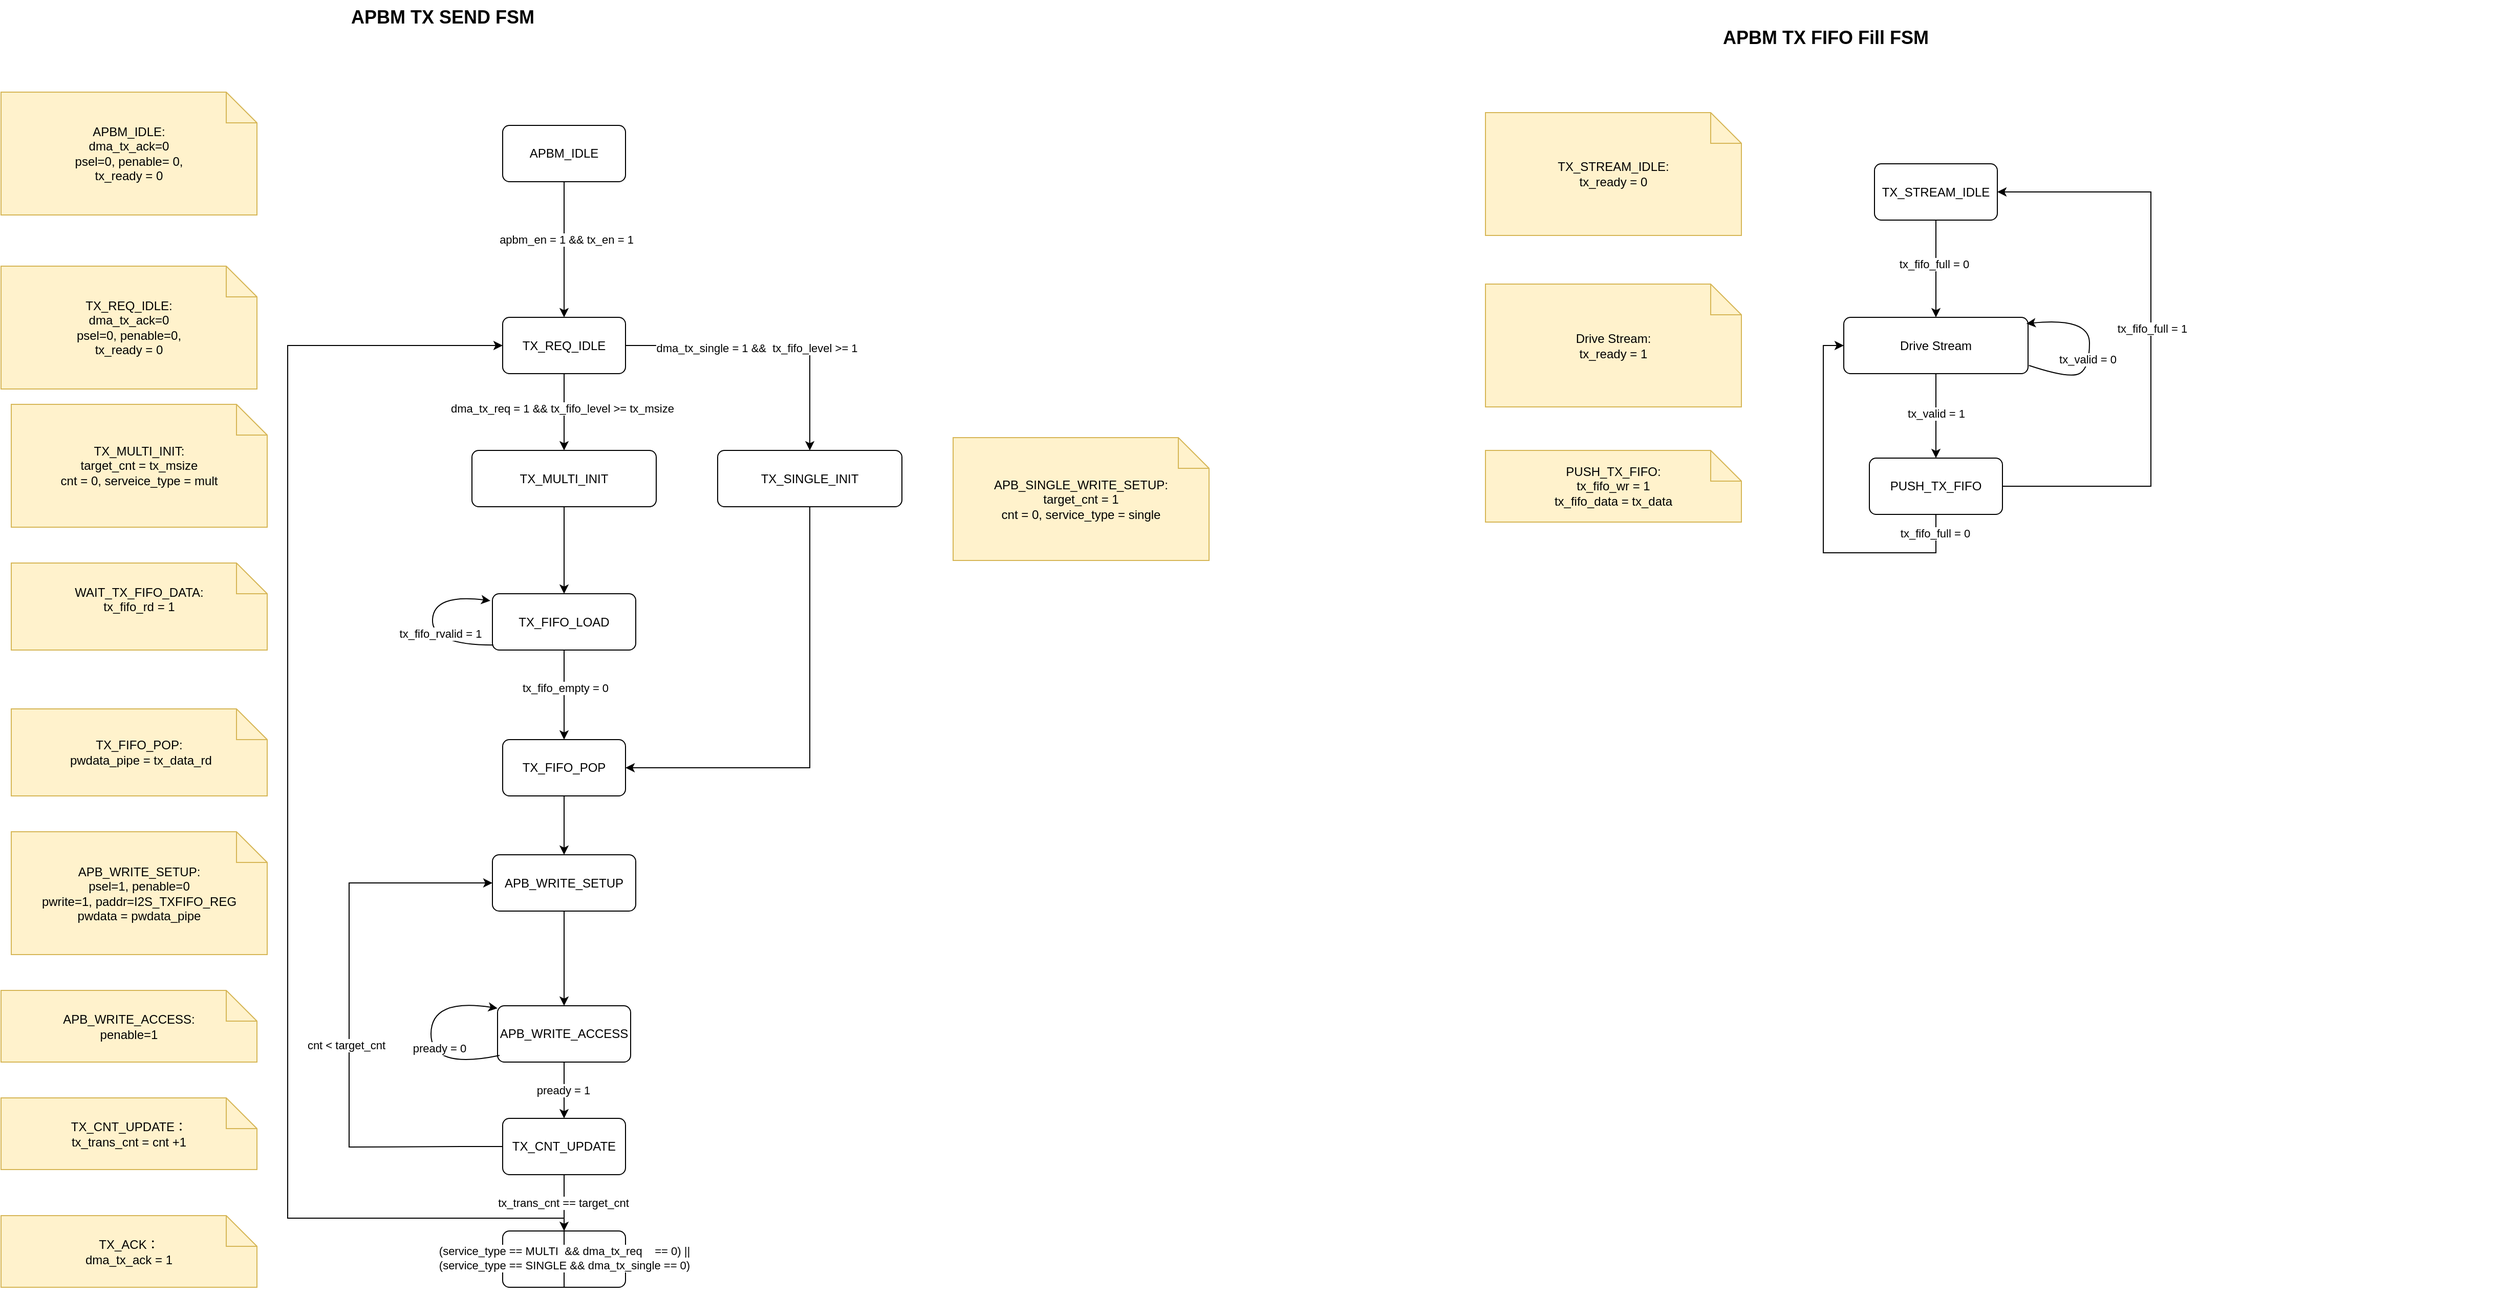
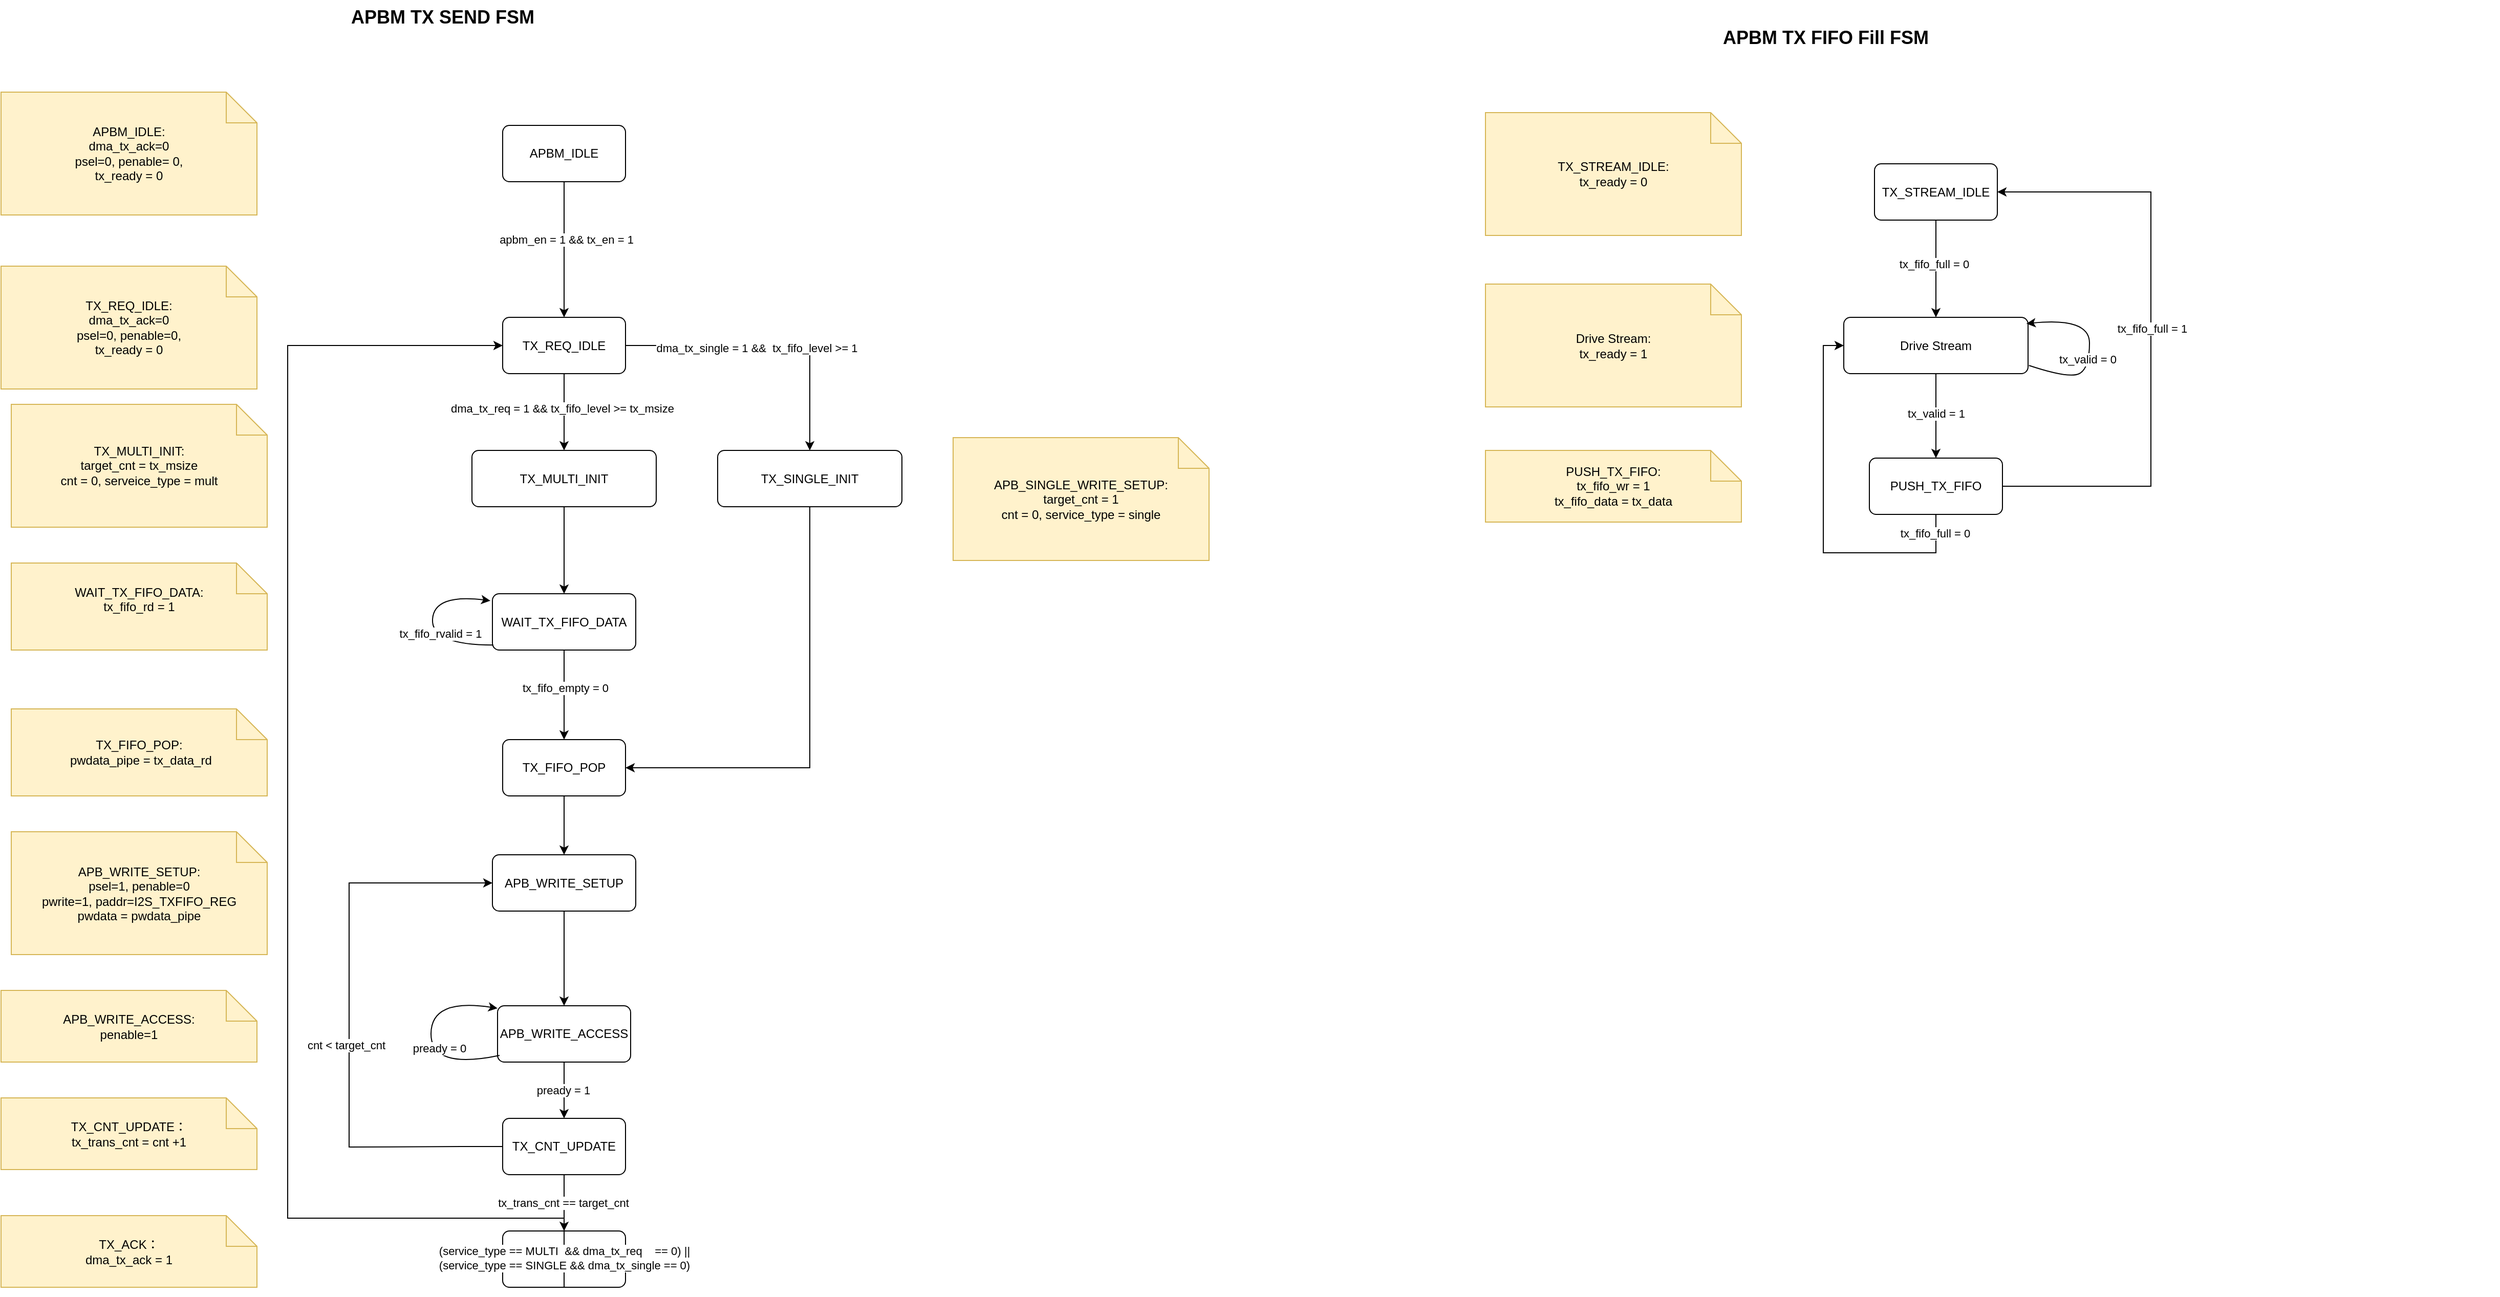
<mxfile host="app.diagrams.net">
  <diagram name="第 1 页" id="fH5n9Me7nUtPE_JYtTzi">
    <mxGraphModel dx="774" dy="437" grid="1" gridSize="10" guides="1" tooltips="1" connect="1" arrows="1" fold="1" page="1" pageScale="1" pageWidth="827" pageHeight="1169" math="0" shadow="0">
      <root>
        <mxCell id="0" />
        <mxCell id="1" parent="0" />
        <mxCell id="Ly1VW1kiYANL2SHkxWqd-1" parent="1" style="text;html=1;strokeColor=none;fillColor=none;fontSize=18;fontStyle=1;" value="APBM TX SEND FSM&amp;nbsp;&amp;nbsp;" vertex="1">
          <mxGeometry height="40" width="760" x="810" y="130" as="geometry" />
        </mxCell>
        <mxCell id="Ly1VW1kiYANL2SHkxWqd-2" parent="1" style="rounded=1;whiteSpace=wrap;html=1;arcSize=12;fillColor=#ffffff;strokeColor=#000000;" value="TX_REQ_IDLE" vertex="1">
          <mxGeometry height="55" width="120" x="960" y="440" as="geometry" />
        </mxCell>
        <mxCell id="Ly1VW1kiYANL2SHkxWqd-3" parent="1" style="rounded=1;whiteSpace=wrap;html=1;arcSize=12;fillColor=#ffffff;strokeColor=#000000;" value="APB_WRITE_SETUP" vertex="1">
          <mxGeometry height="55" width="140" x="950" y="965" as="geometry" />
        </mxCell>
        <mxCell id="Ly1VW1kiYANL2SHkxWqd-4" edge="1" parent="1" source="Ly1VW1kiYANL2SHkxWqd-2" style="endArrow=classic;html=1;rounded=0;exitX=0.5;exitY=1;exitDx=0;exitDy=0;entryX=0.5;entryY=0;entryDx=0;entryDy=0;" target="Ly1VW1kiYANL2SHkxWqd-40" value="">
          <mxGeometry height="50" relative="1" width="50" as="geometry">
            <mxPoint x="1040" y="560" as="sourcePoint" />
            <mxPoint x="1020" y="570" as="targetPoint" />
          </mxGeometry>
        </mxCell>
        <mxCell id="Ly1VW1kiYANL2SHkxWqd-5" connectable="0" parent="Ly1VW1kiYANL2SHkxWqd-4" style="edgeLabel;html=1;align=center;verticalAlign=middle;resizable=0;points=[];" value="dma_tx_req = 1 &amp;amp;&amp;amp; tx_fifo_level &amp;gt;= tx_msize" vertex="1">
          <mxGeometry relative="1" x="-0.0927" y="-2" as="geometry">
            <mxPoint as="offset" />
          </mxGeometry>
        </mxCell>
        <mxCell id="Ly1VW1kiYANL2SHkxWqd-6" parent="1" style="shape=note;whiteSpace=wrap;html=1;fillColor=#fff2cc;strokeColor=#d6b656;" value="APB_WRITE_SETUP:&lt;div&gt;psel=1, penable=0&lt;br&gt;pwrite=1, paddr=I2S_TXFIFO_REG&lt;/div&gt;&lt;div&gt;pwdata = pwdata_pipe&lt;/div&gt;" vertex="1">
          <mxGeometry height="120" width="250" x="480" y="942.5" as="geometry" />
        </mxCell>
        <mxCell id="Ly1VW1kiYANL2SHkxWqd-7" parent="1" style="rounded=1;whiteSpace=wrap;html=1;arcSize=12;fillColor=#ffffff;strokeColor=#000000;" value="APB_WRITE_ACCESS" vertex="1">
          <mxGeometry height="55" width="130" x="955" y="1112.5" as="geometry" />
        </mxCell>
        <mxCell id="Ly1VW1kiYANL2SHkxWqd-8" edge="1" parent="1" source="Ly1VW1kiYANL2SHkxWqd-3" style="endArrow=classic;html=1;rounded=0;exitX=0.5;exitY=1;exitDx=0;exitDy=0;entryX=0.5;entryY=0;entryDx=0;entryDy=0;" target="Ly1VW1kiYANL2SHkxWqd-7" value="">
          <mxGeometry height="50" relative="1" width="50" as="geometry">
            <mxPoint x="1030" y="1095" as="sourcePoint" />
            <mxPoint x="1080" y="1045" as="targetPoint" />
          </mxGeometry>
        </mxCell>
        <mxCell id="Ly1VW1kiYANL2SHkxWqd-9" parent="1" style="shape=note;whiteSpace=wrap;html=1;fillColor=#fff2cc;strokeColor=#d6b656;" value="APB_WRITE_ACCESS:&lt;br&gt;penable=1" vertex="1">
          <mxGeometry height="70" width="250" x="470" y="1097.5" as="geometry" />
        </mxCell>
        <mxCell id="Ly1VW1kiYANL2SHkxWqd-10" edge="1" parent="1" source="Ly1VW1kiYANL2SHkxWqd-7" style="curved=1;endArrow=classic;html=1;rounded=0;exitX=0.015;exitY=0.881;exitDx=0;exitDy=0;entryX=0;entryY=0;entryDx=0;entryDy=0;exitPerimeter=0;" value="">
          <mxGeometry height="50" relative="1" width="50" as="geometry">
            <Array as="points">
              <mxPoint x="890" y="1175" />
              <mxPoint x="890" y="1105" />
            </Array>
            <mxPoint x="955" y="1170" as="sourcePoint" />
            <mxPoint x="955" y="1115" as="targetPoint" />
          </mxGeometry>
        </mxCell>
        <mxCell id="Ly1VW1kiYANL2SHkxWqd-11" connectable="0" parent="Ly1VW1kiYANL2SHkxWqd-10" style="edgeLabel;html=1;align=center;verticalAlign=middle;resizable=0;points=[];" value="pready = 0" vertex="1">
          <mxGeometry relative="1" x="-0.1215" y="-8" as="geometry">
            <mxPoint as="offset" />
          </mxGeometry>
        </mxCell>
        <mxCell id="Ly1VW1kiYANL2SHkxWqd-13" edge="1" parent="1" source="Ly1VW1kiYANL2SHkxWqd-7" style="endArrow=classic;html=1;rounded=0;exitX=0.5;exitY=1;exitDx=0;exitDy=0;entryX=0.5;entryY=0;entryDx=0;entryDy=0;" target="Ly1VW1kiYANL2SHkxWqd-47" value="">
          <mxGeometry height="50" relative="1" width="50" as="geometry">
            <mxPoint x="1010" y="1245" as="sourcePoint" />
            <mxPoint x="1020" y="1212.5" as="targetPoint" />
          </mxGeometry>
        </mxCell>
        <mxCell id="Ly1VW1kiYANL2SHkxWqd-14" connectable="0" parent="Ly1VW1kiYANL2SHkxWqd-13" style="edgeLabel;html=1;align=center;verticalAlign=middle;resizable=0;points=[];" value="pready = 1" vertex="1">
          <mxGeometry relative="1" x="0.0089" y="-1" as="geometry">
            <mxPoint as="offset" />
          </mxGeometry>
        </mxCell>
        <mxCell id="Ly1VW1kiYANL2SHkxWqd-16" parent="1" style="rounded=1;whiteSpace=wrap;html=1;arcSize=12;fillColor=#ffffff;strokeColor=#000000;" value="TX_ACK" vertex="1">
          <mxGeometry height="55" width="120" x="960" y="1332.5" as="geometry" />
        </mxCell>
        <mxCell id="Ly1VW1kiYANL2SHkxWqd-17" edge="1" parent="1" source="Ly1VW1kiYANL2SHkxWqd-47" style="endArrow=classic;html=1;rounded=0;exitX=0.5;exitY=1;exitDx=0;exitDy=0;entryX=0.5;entryY=0;entryDx=0;entryDy=0;" target="Ly1VW1kiYANL2SHkxWqd-16" value="">
          <mxGeometry height="50" relative="1" width="50" as="geometry">
            <mxPoint x="1150.3600000000001" y="1167.5" as="sourcePoint" />
            <mxPoint x="1150" y="1202.5" as="targetPoint" />
          </mxGeometry>
        </mxCell>
        <mxCell id="Ly1VW1kiYANL2SHkxWqd-18" connectable="0" parent="Ly1VW1kiYANL2SHkxWqd-17" style="edgeLabel;html=1;align=center;verticalAlign=middle;resizable=0;points=[];" value="tx_trans_cnt == target_cnt" vertex="1">
          <mxGeometry relative="1" x="0.0089" y="-1" as="geometry">
            <mxPoint as="offset" />
          </mxGeometry>
        </mxCell>
        <mxCell id="Ly1VW1kiYANL2SHkxWqd-19" parent="1" style="shape=note;whiteSpace=wrap;html=1;fillColor=#fff2cc;strokeColor=#d6b656;" value="TX_ACK：&lt;div&gt;dma_tx_ack = 1&lt;/div&gt;" vertex="1">
          <mxGeometry height="70" width="250" x="470" y="1317.5" as="geometry" />
        </mxCell>
        <mxCell id="Ly1VW1kiYANL2SHkxWqd-20" parent="1" style="shape=note;whiteSpace=wrap;html=1;fillColor=#fff2cc;strokeColor=#d6b656;" value="TX_REQ_IDLE:&lt;div&gt;dma_tx_ack=0&lt;/div&gt;&lt;div&gt;psel=0, penable=0,&lt;br&gt;&lt;/div&gt;&lt;div&gt;tx_ready = 0&lt;br&gt;&lt;/div&gt;" vertex="1">
          <mxGeometry height="120" width="250" x="470" y="390" as="geometry" />
        </mxCell>
        <mxCell id="Ly1VW1kiYANL2SHkxWqd-21" edge="1" parent="1" source="Ly1VW1kiYANL2SHkxWqd-16" style="endArrow=classic;html=1;rounded=0;exitX=0.5;exitY=1;exitDx=0;exitDy=0;edgeStyle=orthogonalEdgeStyle;entryX=0;entryY=0.5;entryDx=0;entryDy=0;" target="Ly1VW1kiYANL2SHkxWqd-2" value="">
          <mxGeometry height="50" relative="1" width="50" as="geometry">
            <Array as="points">
              <mxPoint x="1020" y="1320" />
              <mxPoint x="750" y="1320" />
              <mxPoint x="750" y="468" />
            </Array>
            <mxPoint x="909.95" y="1052.5" as="sourcePoint" />
            <mxPoint x="850" y="465" as="targetPoint" />
          </mxGeometry>
        </mxCell>
        <mxCell id="Ly1VW1kiYANL2SHkxWqd-22" connectable="0" parent="Ly1VW1kiYANL2SHkxWqd-21" style="edgeLabel;html=1;align=center;verticalAlign=middle;resizable=0;points=[];" value="&lt;div&gt;(service_type == MULTI&amp;nbsp; &amp;amp;&amp;amp; dma_tx_req&amp;nbsp; &amp;nbsp; == 0) ||&lt;/div&gt;&lt;div&gt;(service_type == SINGLE &amp;amp;&amp;amp; dma_tx_single == 0)&lt;/div&gt;" vertex="1">
          <mxGeometry relative="1" x="-0.9589" as="geometry">
            <mxPoint as="offset" />
          </mxGeometry>
        </mxCell>
        <mxCell id="Ly1VW1kiYANL2SHkxWqd-23" edge="1" parent="1" source="Ly1VW1kiYANL2SHkxWqd-2" style="endArrow=classic;html=1;rounded=0;exitX=1;exitY=0.5;exitDx=0;exitDy=0;edgeStyle=orthogonalEdgeStyle;entryX=0.5;entryY=0;entryDx=0;entryDy=0;" target="Ly1VW1kiYANL2SHkxWqd-25" value="">
          <mxGeometry height="50" relative="1" width="50" as="geometry">
            <mxPoint x="1250" y="540" as="sourcePoint" />
            <mxPoint x="1260" y="560" as="targetPoint" />
          </mxGeometry>
        </mxCell>
        <mxCell id="Ly1VW1kiYANL2SHkxWqd-24" connectable="0" parent="Ly1VW1kiYANL2SHkxWqd-23" style="edgeLabel;html=1;align=center;verticalAlign=middle;resizable=0;points=[];" value="dma_tx_single = 1 &amp;amp;&amp;amp;&amp;nbsp; tx_fifo_level &amp;gt;= 1" vertex="1">
          <mxGeometry relative="1" x="-0.0927" y="-2" as="geometry">
            <mxPoint as="offset" />
          </mxGeometry>
        </mxCell>
        <mxCell id="Ly1VW1kiYANL2SHkxWqd-25" parent="1" style="rounded=1;whiteSpace=wrap;html=1;arcSize=12;fillColor=#ffffff;strokeColor=#000000;" value="TX_SINGLE_INIT" vertex="1">
          <mxGeometry height="55" width="180" x="1170" y="570" as="geometry" />
        </mxCell>
        <mxCell id="Ly1VW1kiYANL2SHkxWqd-26" parent="1" style="shape=note;whiteSpace=wrap;html=1;fillColor=#fff2cc;strokeColor=#d6b656;" value="APB_SINGLE_WRITE_SETUP:&lt;div&gt;target_cnt = 1&lt;br&gt;cnt = 0, service_type = single&lt;/div&gt;" vertex="1">
          <mxGeometry height="120" width="250" x="1400" y="557.5" as="geometry" />
        </mxCell>
        <mxCell id="Ly1VW1kiYANL2SHkxWqd-27" edge="1" parent="1" source="Ly1VW1kiYANL2SHkxWqd-25" style="endArrow=classic;html=1;rounded=0;exitX=0.5;exitY=1;exitDx=0;exitDy=0;edgeStyle=orthogonalEdgeStyle;entryX=1;entryY=0.5;entryDx=0;entryDy=0;" target="Ly1VW1kiYANL2SHkxWqd-28" value="">
          <mxGeometry height="50" relative="1" width="50" as="geometry">
            <mxPoint x="1230" y="950" as="sourcePoint" />
            <mxPoint x="1090" y="705" as="targetPoint" />
          </mxGeometry>
        </mxCell>
        <mxCell id="Ly1VW1kiYANL2SHkxWqd-28" parent="1" style="rounded=1;whiteSpace=wrap;html=1;arcSize=12;fillColor=#ffffff;strokeColor=#000000;" value="TX_FIFO_POP" vertex="1">
          <mxGeometry height="55" width="120" x="960" y="852.5" as="geometry" />
        </mxCell>
        <mxCell id="Ly1VW1kiYANL2SHkxWqd-29" edge="1" parent="1" source="Ly1VW1kiYANL2SHkxWqd-40" style="endArrow=classic;html=1;rounded=0;exitX=0.5;exitY=1;exitDx=0;exitDy=0;entryX=0.5;entryY=0;entryDx=0;entryDy=0;" target="Ly1VW1kiYANL2SHkxWqd-66" value="">
          <mxGeometry height="50" relative="1" width="50" as="geometry">
            <Array as="points">
              <mxPoint x="1020" y="650" />
            </Array>
            <mxPoint x="1010" y="630" as="sourcePoint" />
            <mxPoint x="1020" y="680" as="targetPoint" />
          </mxGeometry>
        </mxCell>
        <mxCell id="Ly1VW1kiYANL2SHkxWqd-33" parent="1" style="shape=note;whiteSpace=wrap;html=1;fillColor=#fff2cc;strokeColor=#d6b656;" value="TX_FIFO_POP:&lt;div&gt;&lt;div&gt;&amp;nbsp;pwdata_pipe = tx_data_rd&lt;/div&gt;&lt;/div&gt;" vertex="1">
          <mxGeometry height="85" width="250" x="480" y="822.5" as="geometry" />
        </mxCell>
        <mxCell id="Ly1VW1kiYANL2SHkxWqd-34" parent="1" style="rounded=1;whiteSpace=wrap;html=1;arcSize=12;fillColor=#ffffff;strokeColor=#000000;" value="APBM_IDLE" vertex="1">
          <mxGeometry height="55" width="120" x="960" y="252.5" as="geometry" />
        </mxCell>
        <mxCell id="Ly1VW1kiYANL2SHkxWqd-35" edge="1" parent="1" source="Ly1VW1kiYANL2SHkxWqd-34" style="endArrow=classic;html=1;rounded=0;exitX=0.5;exitY=1;exitDx=0;exitDy=0;" target="Ly1VW1kiYANL2SHkxWqd-2" value="">
          <mxGeometry height="50" relative="1" width="50" as="geometry">
            <mxPoint x="1060" y="360" as="sourcePoint" />
            <mxPoint x="1110" y="310" as="targetPoint" />
          </mxGeometry>
        </mxCell>
        <mxCell id="Ly1VW1kiYANL2SHkxWqd-36" connectable="0" parent="Ly1VW1kiYANL2SHkxWqd-35" style="edgeLabel;html=1;align=center;verticalAlign=middle;resizable=0;points=[];" value="apbm_en = 1 &amp;amp;&amp;amp; tx_en = 1" vertex="1">
          <mxGeometry relative="1" x="-0.1446" y="2" as="geometry">
            <mxPoint as="offset" />
          </mxGeometry>
        </mxCell>
        <mxCell id="Ly1VW1kiYANL2SHkxWqd-37" parent="1" style="shape=note;whiteSpace=wrap;html=1;fillColor=#fff2cc;strokeColor=#d6b656;" value="APBM_IDLE:&lt;div&gt;dma_tx_ack=0&lt;/div&gt;&lt;div&gt;psel=0, penable= 0,&lt;br&gt;&lt;/div&gt;&lt;div&gt;tx_ready = 0&lt;/div&gt;" vertex="1">
          <mxGeometry height="120" width="250" x="470" y="220" as="geometry" />
        </mxCell>
        <mxCell id="Ly1VW1kiYANL2SHkxWqd-38" edge="1" parent="1" source="Ly1VW1kiYANL2SHkxWqd-47" style="endArrow=classic;html=1;rounded=0;edgeStyle=orthogonalEdgeStyle;entryX=0;entryY=0.5;entryDx=0;entryDy=0;exitX=0;exitY=0.5;exitDx=0;exitDy=0;" target="Ly1VW1kiYANL2SHkxWqd-3" value="">
          <mxGeometry height="50" relative="1" width="50" as="geometry">
            <Array as="points">
              <mxPoint x="920" y="1249.5" />
              <mxPoint x="810" y="1250.5" />
              <mxPoint x="810" y="992.5" />
            </Array>
            <mxPoint x="920" y="1212.5" as="sourcePoint" />
            <mxPoint x="800" y="872.5" as="targetPoint" />
          </mxGeometry>
        </mxCell>
        <mxCell id="Ly1VW1kiYANL2SHkxWqd-39" connectable="0" parent="Ly1VW1kiYANL2SHkxWqd-38" style="edgeLabel;html=1;align=center;verticalAlign=middle;resizable=0;points=[];" value="cnt &amp;lt; target_cnt" vertex="1">
          <mxGeometry relative="1" x="-0.0902" y="3" as="geometry">
            <mxPoint as="offset" />
          </mxGeometry>
        </mxCell>
        <mxCell id="Ly1VW1kiYANL2SHkxWqd-40" parent="1" style="rounded=1;whiteSpace=wrap;html=1;arcSize=12;fillColor=#ffffff;strokeColor=#000000;" value="TX_MULTI_INIT" vertex="1">
          <mxGeometry height="55" width="180" x="930" y="570" as="geometry" />
        </mxCell>
        <mxCell id="Ly1VW1kiYANL2SHkxWqd-42" parent="1" style="shape=note;whiteSpace=wrap;html=1;fillColor=#fff2cc;strokeColor=#d6b656;" value="TX_MULTI_INIT:&lt;div&gt;target_cnt = tx_msize&lt;br&gt;cnt = 0, serveice_type = mult&lt;/div&gt;" vertex="1">
          <mxGeometry height="120" width="250" x="480" y="525" as="geometry" />
        </mxCell>
        <mxCell id="Ly1VW1kiYANL2SHkxWqd-45" edge="1" parent="1" source="Ly1VW1kiYANL2SHkxWqd-28" style="endArrow=classic;html=1;rounded=0;exitX=0.5;exitY=1;exitDx=0;exitDy=0;" target="Ly1VW1kiYANL2SHkxWqd-3" value="">
          <mxGeometry height="50" relative="1" width="50" as="geometry">
            <mxPoint x="1019.5699999999999" y="907.5" as="sourcePoint" />
            <mxPoint x="1019.5699999999999" y="964.5" as="targetPoint" />
          </mxGeometry>
        </mxCell>
        <mxCell id="Ly1VW1kiYANL2SHkxWqd-47" parent="1" style="rounded=1;whiteSpace=wrap;html=1;arcSize=12;fillColor=#ffffff;strokeColor=#000000;" value="TX_CNT_UPDATE" vertex="1">
          <mxGeometry height="55" width="120" x="960" y="1222.5" as="geometry" />
        </mxCell>
        <mxCell id="Ly1VW1kiYANL2SHkxWqd-48" parent="1" style="shape=note;whiteSpace=wrap;html=1;fillColor=#fff2cc;strokeColor=#d6b656;" value="TX_CNT_UPDATE：&lt;div&gt;tx_trans_cnt = cnt +1&lt;/div&gt;" vertex="1">
          <mxGeometry height="70" width="250" x="470" y="1202.5" as="geometry" />
        </mxCell>
        <mxCell id="Ly1VW1kiYANL2SHkxWqd-49" parent="1" style="text;html=1;strokeColor=none;fillColor=none;fontSize=18;fontStyle=1;" value="APBM TX FIFO Fill FSM&amp;nbsp;&amp;nbsp;" vertex="1">
          <mxGeometry height="40" width="760" x="2150" y="150" as="geometry" />
        </mxCell>
        <mxCell id="Ly1VW1kiYANL2SHkxWqd-50" parent="1" style="rounded=1;whiteSpace=wrap;html=1;arcSize=12;fillColor=#ffffff;strokeColor=#000000;" value="TX_STREAM_IDLE" vertex="1">
          <mxGeometry height="55" width="120" x="2300" y="290" as="geometry" />
        </mxCell>
        <mxCell id="Ly1VW1kiYANL2SHkxWqd-51" parent="1" style="rounded=1;whiteSpace=wrap;html=1;arcSize=12;fillColor=#ffffff;strokeColor=#000000;" value="Drive Stream" vertex="1">
          <mxGeometry height="55" width="180" x="2270" y="440" as="geometry" />
        </mxCell>
        <mxCell id="Ly1VW1kiYANL2SHkxWqd-52" edge="1" parent="1" source="Ly1VW1kiYANL2SHkxWqd-50" style="endArrow=classic;html=1;rounded=0;exitX=0.5;exitY=1;exitDx=0;exitDy=0;entryX=0.5;entryY=0;entryDx=0;entryDy=0;" target="Ly1VW1kiYANL2SHkxWqd-51" value="">
          <mxGeometry height="50" relative="1" width="50" as="geometry">
            <mxPoint x="2380" y="410" as="sourcePoint" />
            <mxPoint x="2430" y="360" as="targetPoint" />
          </mxGeometry>
        </mxCell>
        <mxCell id="Ly1VW1kiYANL2SHkxWqd-53" connectable="0" parent="Ly1VW1kiYANL2SHkxWqd-52" style="edgeLabel;html=1;align=center;verticalAlign=middle;resizable=0;points=[];" value="tx_fifo_full = 0" vertex="1">
          <mxGeometry relative="1" x="-0.0927" y="-2" as="geometry">
            <mxPoint as="offset" />
          </mxGeometry>
        </mxCell>
        <mxCell id="Ly1VW1kiYANL2SHkxWqd-54" parent="1" style="shape=note;whiteSpace=wrap;html=1;fillColor=#fff2cc;strokeColor=#d6b656;" value="Drive Stream:&lt;div&gt;tx_ready = 1&lt;/div&gt;" vertex="1">
          <mxGeometry height="120" width="250" x="1920" y="407.5" as="geometry" />
        </mxCell>
        <mxCell id="Ly1VW1kiYANL2SHkxWqd-55" parent="1" style="rounded=1;whiteSpace=wrap;html=1;arcSize=12;fillColor=#ffffff;strokeColor=#000000;" value="PUSH_TX_FIFO" vertex="1">
          <mxGeometry height="55" width="130" x="2295" y="577.5" as="geometry" />
        </mxCell>
        <mxCell id="Ly1VW1kiYANL2SHkxWqd-56" edge="1" parent="1" source="Ly1VW1kiYANL2SHkxWqd-51" style="endArrow=classic;html=1;rounded=0;exitX=0.5;exitY=1;exitDx=0;exitDy=0;entryX=0.5;entryY=0;entryDx=0;entryDy=0;" target="Ly1VW1kiYANL2SHkxWqd-55" value="">
          <mxGeometry height="50" relative="1" width="50" as="geometry">
            <mxPoint x="2370" y="560" as="sourcePoint" />
            <mxPoint x="2420" y="510" as="targetPoint" />
          </mxGeometry>
        </mxCell>
        <mxCell id="Ly1VW1kiYANL2SHkxWqd-57" connectable="0" parent="Ly1VW1kiYANL2SHkxWqd-56" style="edgeLabel;html=1;align=center;verticalAlign=middle;resizable=0;points=[];" value="tx_valid = 1" vertex="1">
          <mxGeometry relative="1" x="-0.0537" as="geometry">
            <mxPoint as="offset" />
          </mxGeometry>
        </mxCell>
        <mxCell id="Ly1VW1kiYANL2SHkxWqd-58" parent="1" style="shape=note;whiteSpace=wrap;html=1;fillColor=#fff2cc;strokeColor=#d6b656;" value="PUSH_TX_FIFO:&lt;div&gt;tx_fifo_wr = 1&lt;/div&gt;&lt;div&gt;tx_fifo_data = tx_data&lt;/div&gt;" vertex="1">
          <mxGeometry height="70" width="250" x="1920" y="570" as="geometry" />
        </mxCell>
        <mxCell id="Ly1VW1kiYANL2SHkxWqd-59" parent="1" style="shape=note;whiteSpace=wrap;html=1;fillColor=#fff2cc;strokeColor=#d6b656;" value="TX_STREAM_IDLE:&lt;div&gt;tx_ready = 0&lt;/div&gt;" vertex="1">
          <mxGeometry height="120" width="250" x="1920" y="240" as="geometry" />
        </mxCell>
        <mxCell id="Ly1VW1kiYANL2SHkxWqd-60" edge="1" parent="1" source="Ly1VW1kiYANL2SHkxWqd-55" style="endArrow=classic;html=1;rounded=0;exitX=0.5;exitY=1;exitDx=0;exitDy=0;entryX=0;entryY=0.5;entryDx=0;entryDy=0;edgeStyle=orthogonalEdgeStyle;" target="Ly1VW1kiYANL2SHkxWqd-51" value="">
          <mxGeometry height="50" relative="1" width="50" as="geometry">
            <Array as="points">
              <mxPoint x="2360" y="670" />
              <mxPoint x="2250" y="670" />
              <mxPoint x="2250" y="468" />
            </Array>
            <mxPoint x="2550" y="570" as="sourcePoint" />
            <mxPoint x="2600" y="520" as="targetPoint" />
          </mxGeometry>
        </mxCell>
        <mxCell id="Ly1VW1kiYANL2SHkxWqd-61" connectable="0" parent="Ly1VW1kiYANL2SHkxWqd-60" style="edgeLabel;html=1;align=center;verticalAlign=middle;resizable=0;points=[];" value="tx_fifo_full = 0" vertex="1">
          <mxGeometry relative="1" x="-0.9016" y="-1" as="geometry">
            <mxPoint as="offset" />
          </mxGeometry>
        </mxCell>
        <mxCell id="Ly1VW1kiYANL2SHkxWqd-62" edge="1" parent="1" source="Ly1VW1kiYANL2SHkxWqd-55" style="endArrow=classic;html=1;rounded=0;exitX=1;exitY=0.5;exitDx=0;exitDy=0;entryX=1;entryY=0.5;entryDx=0;entryDy=0;edgeStyle=orthogonalEdgeStyle;" target="Ly1VW1kiYANL2SHkxWqd-50" value="">
          <mxGeometry height="50" relative="1" width="50" as="geometry">
            <Array as="points">
              <mxPoint x="2570" y="605" />
              <mxPoint x="2570" y="318" />
            </Array>
            <mxPoint x="2510" y="600" as="sourcePoint" />
            <mxPoint x="2560" y="550" as="targetPoint" />
          </mxGeometry>
        </mxCell>
        <mxCell id="Ly1VW1kiYANL2SHkxWqd-63" connectable="0" parent="Ly1VW1kiYANL2SHkxWqd-62" style="edgeLabel;html=1;align=center;verticalAlign=middle;resizable=0;points=[];" value="tx_fifo_full = 1" vertex="1">
          <mxGeometry relative="1" x="0.0267" y="-1" as="geometry">
            <mxPoint as="offset" />
          </mxGeometry>
        </mxCell>
        <mxCell id="Ly1VW1kiYANL2SHkxWqd-64" edge="1" parent="1" source="Ly1VW1kiYANL2SHkxWqd-51" style="curved=1;endArrow=classic;html=1;rounded=0;entryX=0.991;entryY=0.112;entryDx=0;entryDy=0;exitX=1.005;exitY=0.854;exitDx=0;exitDy=0;exitPerimeter=0;entryPerimeter=0;" target="Ly1VW1kiYANL2SHkxWqd-51" value="">
          <mxGeometry height="50" relative="1" width="50" as="geometry">
            <Array as="points">
              <mxPoint x="2490" y="500" />
              <mxPoint x="2510" y="490" />
              <mxPoint x="2510" y="440" />
            </Array>
            <mxPoint x="2460" y="560" as="sourcePoint" />
            <mxPoint x="2510" y="510" as="targetPoint" />
          </mxGeometry>
        </mxCell>
        <mxCell id="Ly1VW1kiYANL2SHkxWqd-65" connectable="0" parent="Ly1VW1kiYANL2SHkxWqd-64" style="edgeLabel;html=1;align=center;verticalAlign=middle;resizable=0;points=[];" value="tx_valid = 0" vertex="1">
          <mxGeometry relative="1" x="-0.1698" y="2" as="geometry">
            <mxPoint as="offset" />
          </mxGeometry>
        </mxCell>
-         <mxCell id="Ly1VW1kiYANL2SHkxWqd-66" parent="1" style="rounded=1;whiteSpace=wrap;html=1;arcSize=12;fillColor=#ffffff;strokeColor=#000000;" value="TX_FIFO_LOAD" vertex="1">
+         <mxCell id="Ly1VW1kiYANL2SHkxWqd-66" parent="1" style="rounded=1;whiteSpace=wrap;html=1;arcSize=12;fillColor=#ffffff;strokeColor=#000000;" value="WAIT_TX_FIFO_DATA" vertex="1">
          <mxGeometry height="55" width="140" x="950" y="710" as="geometry" />
        </mxCell>
        <mxCell id="Ly1VW1kiYANL2SHkxWqd-68" edge="1" parent="1" source="Ly1VW1kiYANL2SHkxWqd-66" style="endArrow=classic;html=1;rounded=0;exitX=0.5;exitY=1;exitDx=0;exitDy=0;" target="Ly1VW1kiYANL2SHkxWqd-28" value="">
          <mxGeometry height="50" relative="1" width="50" as="geometry">
            <mxPoint x="1070" y="820" as="sourcePoint" />
            <mxPoint x="1120" y="770" as="targetPoint" />
          </mxGeometry>
        </mxCell>
        <mxCell id="Ly1VW1kiYANL2SHkxWqd-72" connectable="0" parent="Ly1VW1kiYANL2SHkxWqd-68" style="edgeLabel;html=1;align=center;verticalAlign=middle;resizable=0;points=[];" value="tx_fifo_empty = 0" vertex="1">
          <mxGeometry relative="1" x="-0.1581" y="1" as="geometry">
            <mxPoint as="offset" />
          </mxGeometry>
        </mxCell>
        <mxCell id="Ly1VW1kiYANL2SHkxWqd-69" parent="1" style="shape=note;whiteSpace=wrap;html=1;fillColor=#fff2cc;strokeColor=#d6b656;" value="WAIT_TX_FIFO_DATA:&lt;div&gt;tx_fifo_rd = 1&lt;br&gt;&lt;div&gt;&lt;br&gt;&lt;/div&gt;&lt;/div&gt;" vertex="1">
          <mxGeometry height="85" width="250" x="480" y="680" as="geometry" />
        </mxCell>
        <mxCell id="Ly1VW1kiYANL2SHkxWqd-70" edge="1" parent="1" source="Ly1VW1kiYANL2SHkxWqd-66" style="curved=1;endArrow=classic;html=1;rounded=0;exitX=0.006;exitY=0.911;exitDx=0;exitDy=0;entryX=-0.014;entryY=0.124;entryDx=0;entryDy=0;exitPerimeter=0;entryPerimeter=0;" target="Ly1VW1kiYANL2SHkxWqd-66" value="">
          <mxGeometry height="50" relative="1" width="50" as="geometry">
            <Array as="points">
              <mxPoint x="890" y="760" />
              <mxPoint x="893" y="710" />
            </Array>
            <mxPoint x="960" y="766" as="sourcePoint" />
            <mxPoint x="958" y="720" as="targetPoint" />
          </mxGeometry>
        </mxCell>
        <mxCell id="Ly1VW1kiYANL2SHkxWqd-71" connectable="0" parent="Ly1VW1kiYANL2SHkxWqd-70" style="edgeLabel;html=1;align=center;verticalAlign=middle;resizable=0;points=[];" value="tx_fifo_rvalid = 1" vertex="1">
          <mxGeometry relative="1" x="-0.1215" y="-8" as="geometry">
            <mxPoint as="offset" />
          </mxGeometry>
        </mxCell>
      </root>
    </mxGraphModel>
  </diagram>
</mxfile>
